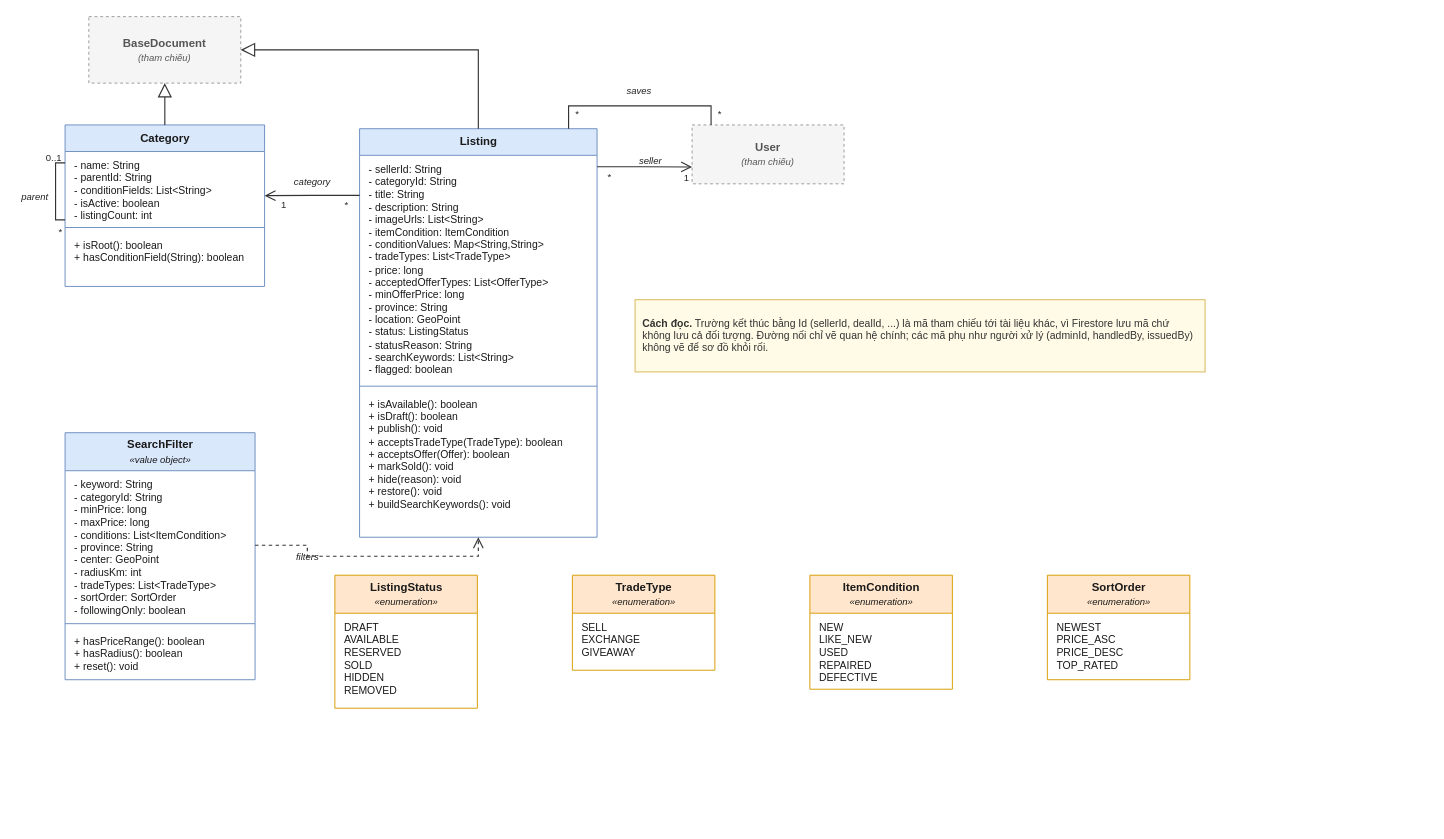
tahpnart8/NHOM3-MobileApp keeps this draw.io diagram as page "2. Tin đăng, tìm kiếm" (3 of 8) of workflow/docs/diagrams/so-do-lop/class-diagram.drawio. Above is the earlier version. Source tidied: cells renumbered, new cells numbered last; positions are measured from the earlier drawing's top-left corner, leaving out a move shared by most shapes. Both pictures are drawn from the tidied source at 95%, with x=0, y=0 at pixel (16, 16).
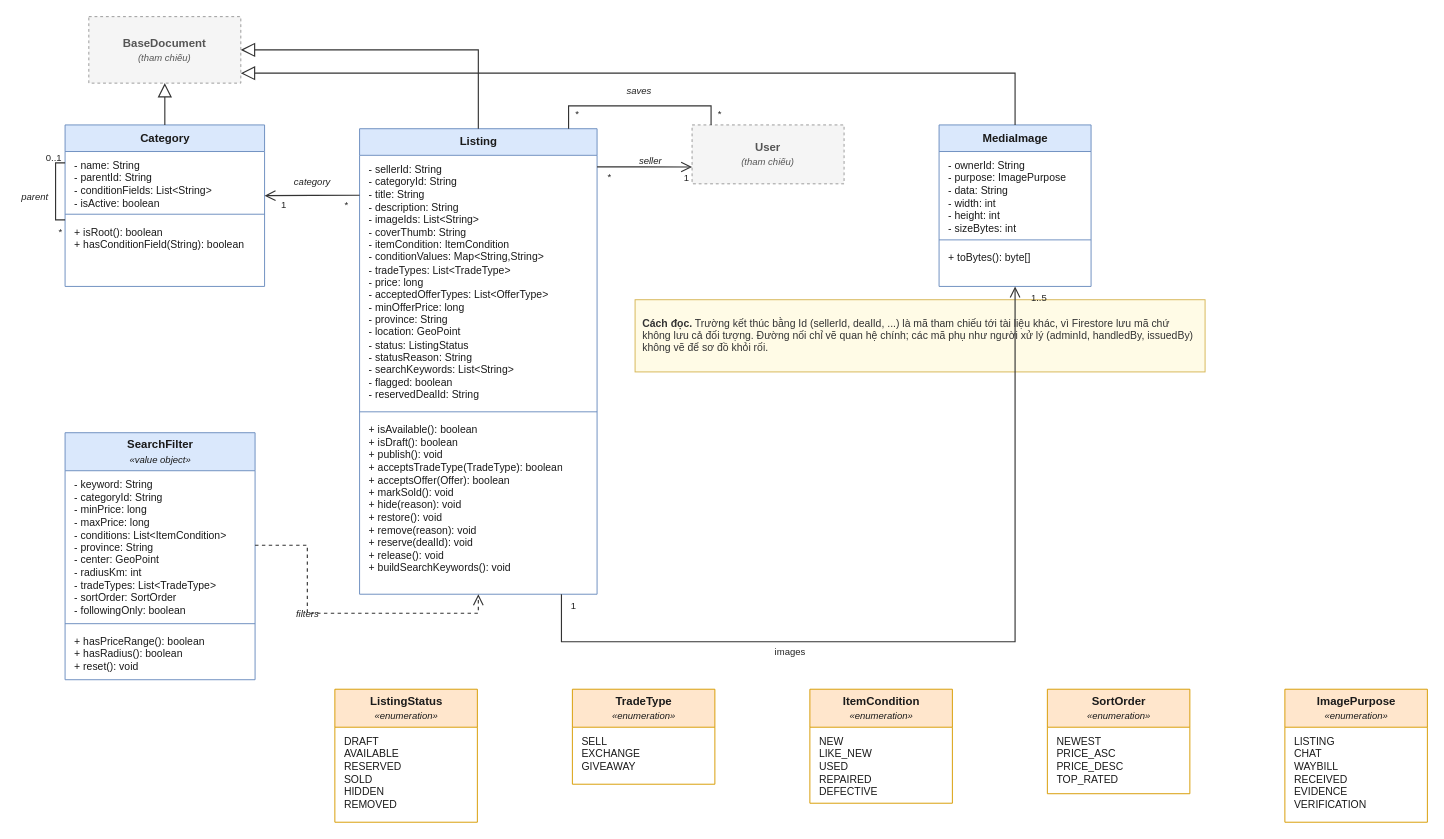
The same diagram, later.

Unchanged cells that the change refers to:
```xml
<mxCell id="2" value="&lt;b&gt;BaseDocument&lt;/b&gt;&lt;br&gt;&lt;i style=&quot;font-size:10px&quot;&gt;(tham chiếu)&lt;/i&gt;" style="rounded=0;whiteSpace=wrap;html=1;fillColor=#F5F5F5;strokeColor=#999999;dashed=1;fontColor=#555555;fontSize=12;fontFamily=Helvetica;" parent="1" vertex="1">
  <mxGeometry x="76" width="160" height="70" as="geometry" />
</mxCell>
<mxCell id="3" value="&lt;b&gt;Category&lt;/b&gt;" style="swimlane;fontStyle=0;horizontal=1;startSize=28;fillColor=#DAE8FC;strokeColor=#6C8EBF;swimlaneFillColor=#FFFFFF;html=1;whiteSpace=nowrap;fontSize=12;fontFamily=Helvetica;fontColor=#1A1A1A;" parent="1" vertex="1">
  <mxGeometry x="51" y="114" width="210" height="170" as="geometry" />
</mxCell>
<mxCell id="5" value="&lt;b&gt;User&lt;/b&gt;&lt;br&gt;&lt;i style=&quot;font-size:10px&quot;&gt;(tham chiếu)&lt;/i&gt;" style="rounded=0;whiteSpace=wrap;html=1;fillColor=#F5F5F5;strokeColor=#999999;dashed=1;fontColor=#555555;fontSize=12;fontFamily=Helvetica;" parent="1" vertex="1">
  <mxGeometry x="711" y="114" width="160" height="62" as="geometry" />
</mxCell>
```

Diff of the diagram source:
```diff
@@
     <mxCell id="4" value="&lt;b&gt;Listing&lt;/b&gt;" style="swimlane;fontStyle=0;horizontal=1;startSize=28;fillColor=#DAE8FC;strokeColor=#6C8EBF;swimlaneFillColor=#FFFFFF;html=1;whiteSpace=nowrap;fontSize=12;fontFamily=Helvetica;fontColor=#1A1A1A;" parent="1" vertex="1">
-      <mxGeometry x="361" y="118" width="250" height="430" as="geometry" />
+      <mxGeometry x="361" y="118" width="250" height="490" as="geometry" />
     </mxCell>
@@
     <mxCell id="10" value="&lt;b&gt;ListingStatus&lt;/b&gt;&lt;br&gt;&lt;i style=&quot;font-size:10px&quot;&gt;«enumeration»&lt;/i&gt;" style="swimlane;fontStyle=0;horizontal=1;startSize=40;fillColor=#FFE6CC;strokeColor=#D79B00;swimlaneFillColor=#FFFFFF;html=1;whiteSpace=nowrap;fontSize=12;fontFamily=Helvetica;fontColor=#1A1A1A;" parent="1" vertex="1">
-      <mxGeometry x="335" y="588" width="150" height="140" as="geometry" />
+      <mxGeometry x="335" y="708" width="150" height="140" as="geometry" />
     </mxCell>
     <mxCell id="11" value="&lt;b&gt;TradeType&lt;/b&gt;&lt;br&gt;&lt;i style=&quot;font-size:10px&quot;&gt;«enumeration»&lt;/i&gt;" style="swimlane;fontStyle=0;horizontal=1;startSize=40;fillColor=#FFE6CC;strokeColor=#D79B00;swimlaneFillColor=#FFFFFF;html=1;whiteSpace=nowrap;fontSize=12;fontFamily=Helvetica;fontColor=#1A1A1A;" parent="1" vertex="1">
-      <mxGeometry x="585" y="588" width="150" height="100" as="geometry" />
+      <mxGeometry x="585" y="708" width="150" height="100" as="geometry" />
     </mxCell>
@@
     <mxCell id="13" value="&lt;b&gt;ItemCondition&lt;/b&gt;&lt;br&gt;&lt;i style=&quot;font-size:10px&quot;&gt;«enumeration»&lt;/i&gt;" style="swimlane;fontStyle=0;horizontal=1;startSize=40;fillColor=#FFE6CC;strokeColor=#D79B00;swimlaneFillColor=#FFFFFF;html=1;whiteSpace=nowrap;fontSize=12;fontFamily=Helvetica;fontColor=#1A1A1A;" parent="1" vertex="1">
-      <mxGeometry x="835" y="588" width="150" height="120" as="geometry" />
+      <mxGeometry x="835" y="708" width="150" height="120" as="geometry" />
     </mxCell>
     <mxCell id="14" value="&lt;b&gt;SortOrder&lt;/b&gt;&lt;br&gt;&lt;i style=&quot;font-size:10px&quot;&gt;«enumeration»&lt;/i&gt;" style="swimlane;fontStyle=0;horizontal=1;startSize=40;fillColor=#FFE6CC;strokeColor=#D79B00;swimlaneFillColor=#FFFFFF;html=1;whiteSpace=nowrap;fontSize=12;fontFamily=Helvetica;fontColor=#1A1A1A;" parent="1" vertex="1">
-      <mxGeometry x="1085" y="588" width="150" height="110" as="geometry" />
+      <mxGeometry x="1085" y="708" width="150" height="110" as="geometry" />
     </mxCell>
@@
-    <mxCell id="20" style="html=1;rounded=0;edgeStyle=orthogonalEdgeStyle;jettySize=auto;exitX=0.0;exitY=0.163;exitDx=0;exitDy=0;entryDx=0;entryDy=0;strokeColor=#333333;strokeWidth=1.2;endArrow=open;endFill=0;endSize=9;startArrow=none;entryX=1.000;entryY=0.438;" parent="1" edge="1" source="4" target="3">
+    <mxCell id="20" style="html=1;rounded=0;edgeStyle=orthogonalEdgeStyle;jettySize=auto;exitX=0.0;exitY=0.143;exitDx=0;exitDy=0;entryDx=0;entryDy=0;strokeColor=#333333;strokeWidth=1.2;endArrow=open;endFill=0;endSize=9;startArrow=none;entryX=1.000;entryY=0.438;" parent="1" edge="1" source="4" target="3">
       <mxGeometry relative="1" as="geometry" />
     </mxCell>
-    <mxCell id="21" style="html=1;rounded=0;edgeStyle=orthogonalEdgeStyle;jettySize=auto;exitX=1.0;exitY=0.093;exitDx=0;exitDy=0;entryX=0.0;entryY=0.7143;entryDx=0;entryDy=0;strokeColor=#333333;strokeWidth=1.2;endArrow=open;endFill=0;endSize=9;startArrow=none;" parent="1" edge="1" source="4" target="5">
+    <mxCell id="21" style="html=1;rounded=0;edgeStyle=orthogonalEdgeStyle;jettySize=auto;exitX=1.0;exitY=0.082;exitDx=0;exitDy=0;entryX=0.0;entryY=0.7143;entryDx=0;entryDy=0;strokeColor=#333333;strokeWidth=1.2;endArrow=open;endFill=0;endSize=9;startArrow=none;" parent="1" edge="1" source="4" target="5">
       <mxGeometry relative="1" as="geometry" />
     </mxCell>
@@
     <mxCell id="36" value="filters" style="text;html=1;strokeColor=none;fillColor=none;align=center;verticalAlign=middle;whiteSpace=nowrap;fontSize=10;fontFamily=Helvetica;fontColor=#222222;fontStyle=2;" parent="1" vertex="1">
-      <mxGeometry x="290" y="560" width="31" height="16" as="geometry" />
+      <mxGeometry x="290" y="620" width="31" height="16" as="geometry" />
     </mxCell>
+    <mxCell id="43" value="NEW&lt;br&gt;LIKE_NEW&lt;br&gt;USED&lt;br&gt;REPAIRED&lt;br&gt;DEFECTIVE" style="text;strokeColor=none;fillColor=none;align=left;verticalAlign=top;spacingLeft=8;spacingRight=4;spacingTop=2;overflow=hidden;html=1;whiteSpace=nowrap;fontSize=11;fontFamily=Helvetica;fontColor=#1A1A1A;" parent="13" vertex="1">
+      <mxGeometry y="40" width="150" height="76" as="geometry" />
+    </mxCell>
+    <mxCell id="44" value="DRAFT&lt;br&gt;AVAILABLE&lt;br&gt;RESERVED&lt;br&gt;SOLD&lt;br&gt;HIDDEN&lt;br&gt;REMOVED" style="text;strokeColor=none;fillColor=none;align=left;verticalAlign=top;spacingLeft=8;spacingRight=4;spacingTop=2;overflow=hidden;html=1;whiteSpace=nowrap;fontSize=11;fontFamily=Helvetica;fontColor=#1A1A1A;" parent="10" vertex="1">
+      <mxGeometry y="40" width="150" height="89" as="geometry" />
+    </mxCell>
-    <mxCell id="37" value="- name: String&lt;br&gt;- parentId: String&lt;br&gt;- conditionFields: List&amp;lt;String&amp;gt;&lt;br&gt;- isActive: boolean&lt;br&gt;- listingCount: int" style="text;strokeColor=none;fillColor=none;align=left;verticalAlign=top;spacingLeft=8;spacingRight=4;spacingTop=2;overflow=hidden;html=1;whiteSpace=nowrap;fontSize=11;fontFamily=Helvetica;fontColor=#1A1A1A;" parent="3" vertex="1">
-      <mxGeometry y="28" width="210" height="76" as="geometry" />
+    <mxCell id="37" value="- name: String&lt;br&gt;- parentId: String&lt;br&gt;- conditionFields: List&amp;lt;String&amp;gt;&lt;br&gt;- isActive: boolean" style="text;strokeColor=none;fillColor=none;align=left;verticalAlign=top;spacingLeft=8;spacingRight=4;spacingTop=2;overflow=hidden;html=1;whiteSpace=nowrap;fontSize=11;fontFamily=Helvetica;fontColor=#1A1A1A;" parent="3" vertex="1">
+      <mxGeometry y="28" width="210" height="62" as="geometry" />
     </mxCell>
     <mxCell id="38" style="line;strokeWidth=1;fillColor=none;align=left;verticalAlign=middle;html=1;strokeColor=#6C8EBF;" parent="3" vertex="1">
-      <mxGeometry y="104" width="210" height="8" as="geometry" />
+      <mxGeometry y="90" width="210" height="8" as="geometry" />
     </mxCell>
     <mxCell id="39" value="+ isRoot(): boolean&lt;br&gt;+ hasConditionField(String): boolean" style="text;strokeColor=none;fillColor=none;align=left;verticalAlign=top;spacingLeft=8;spacingRight=4;spacingTop=2;overflow=hidden;html=1;whiteSpace=nowrap;fontSize=11;fontFamily=Helvetica;fontColor=#1A1A1A;" parent="3" vertex="1">
-      <mxGeometry y="112" width="210" height="35" as="geometry" />
+      <mxGeometry y="98" width="210" height="35" as="geometry" />
     </mxCell>
+    <mxCell id="45" value="&lt;b&gt;MediaImage&lt;/b&gt;" style="swimlane;fontStyle=0;horizontal=1;startSize=28;fillColor=#DAE8FC;strokeColor=#6C8EBF;swimlaneFillColor=#FFFFFF;html=1;whiteSpace=nowrap;fontSize=12;fontFamily=Helvetica;fontColor=#1A1A1A;" parent="1" vertex="1">
+      <mxGeometry x="971" y="114" width="160" height="170" as="geometry" />
+    </mxCell>
+    <mxCell id="46" value="- ownerId: String&lt;br&gt;- purpose: ImagePurpose&lt;br&gt;- data: String&lt;br&gt;- width: int&lt;br&gt;- height: int&lt;br&gt;- sizeBytes: int" style="text;strokeColor=none;fillColor=none;align=left;verticalAlign=top;spacingLeft=8;spacingRight=4;spacingTop=2;overflow=hidden;html=1;whiteSpace=nowrap;fontSize=11;fontFamily=Helvetica;fontColor=#1A1A1A;" parent="45" vertex="1">
+      <mxGeometry y="28" width="160" height="89" as="geometry" />
+    </mxCell>
+    <mxCell id="47" style="line;strokeWidth=1;fillColor=none;align=left;verticalAlign=middle;html=1;strokeColor=#6C8EBF;" parent="45" vertex="1">
+      <mxGeometry y="117" width="160" height="8" as="geometry" />
+    </mxCell>
+    <mxCell id="48" value="+ toBytes(): byte[]" style="text;strokeColor=none;fillColor=none;align=left;verticalAlign=top;spacingLeft=8;spacingRight=4;spacingTop=2;overflow=hidden;html=1;whiteSpace=nowrap;fontSize=11;fontFamily=Helvetica;fontColor=#1A1A1A;" parent="45" vertex="1">
+      <mxGeometry y="125" width="160" height="21" as="geometry" />
+    </mxCell>
+    <mxCell id="49" value="&lt;b&gt;ImagePurpose&lt;/b&gt;&lt;br&gt;&lt;i style=&quot;font-size:10px&quot;&gt;«enumeration»&lt;/i&gt;" style="swimlane;fontStyle=0;horizontal=1;startSize=40;fillColor=#FFE6CC;strokeColor=#D79B00;swimlaneFillColor=#FFFFFF;html=1;whiteSpace=nowrap;fontSize=12;fontFamily=Helvetica;fontColor=#1A1A1A;" parent="1" vertex="1">
+      <mxGeometry x="1335" y="708" width="150" height="140" as="geometry" />
+    </mxCell>
+    <mxCell id="50" style="html=1;rounded=0;edgeStyle=orthogonalEdgeStyle;jettySize=auto;strokeColor=#333333;strokeWidth=1.2;endArrow=block;endFill=0;endSize=12;startArrow=none;exitX=0.5;exitY=0;exitDx=0;exitDy=0;entryX=1;entryY=0.85;entryDx=0;entryDy=0;" parent="1" edge="1" source="45" target="2">
+      <mxGeometry relative="1" as="geometry">
+        <Array as="points">
+          <mxPoint x="1051" y="59" />
+        </Array>
+      </mxGeometry>
+    </mxCell>
+    <mxCell id="51" style="html=1;rounded=0;edgeStyle=orthogonalEdgeStyle;jettySize=auto;strokeColor=#333333;strokeWidth=1.2;endArrow=open;endFill=0;endSize=9;startArrow=none;exitX=0.85;exitY=1;exitDx=0;exitDy=0;entryX=0.5;entryY=1;entryDx=0;entryDy=0;" parent="1" edge="1" source="4" target="45">
+      <mxGeometry relative="1" as="geometry">
+        <Array as="points">
+          <mxPoint x="573" y="658" />
+          <mxPoint x="1051" y="658" />
+        </Array>
+      </mxGeometry>
+    </mxCell>
+    <mxCell id="52" value="1" style="text;html=1;strokeColor=none;fillColor=none;align=center;verticalAlign=middle;whiteSpace=nowrap;fontSize=10;fontFamily=Helvetica;fontColor=#222222;" parent="1" vertex="1">
+      <mxGeometry x="579" y="612" width="14" height="16" as="geometry" />
+    </mxCell>
+    <mxCell id="53" value="1..5" style="text;html=1;strokeColor=none;fillColor=none;align=center;verticalAlign=middle;whiteSpace=nowrap;fontSize=10;fontFamily=Helvetica;fontColor=#222222;" parent="1" vertex="1">
+      <mxGeometry x="1057" y="288" width="38" height="16" as="geometry" />
+    </mxCell>
+    <mxCell id="54" value="images" style="text;html=1;strokeColor=none;fillColor=none;align=center;verticalAlign=middle;whiteSpace=nowrap;fontSize=10;fontFamily=Helvetica;fontColor=#222222;" parent="1" vertex="1">
+      <mxGeometry x="787" y="660" width="54" height="16" as="geometry" />
+    </mxCell>
+    <mxCell id="55" value="LISTING&lt;br&gt;CHAT&lt;br&gt;WAYBILL&lt;br&gt;RECEIVED&lt;br&gt;EVIDENCE&lt;br&gt;VERIFICATION" style="text;strokeColor=none;fillColor=none;align=left;verticalAlign=top;spacingLeft=8;spacingRight=4;spacingTop=2;overflow=hidden;html=1;whiteSpace=nowrap;fontSize=11;fontFamily=Helvetica;fontColor=#1A1A1A;" parent="49" vertex="1">
+      <mxGeometry y="40" width="150" height="89" as="geometry" />
+    </mxCell>
-    <mxCell id="40" value="- sellerId: String&lt;br&gt;- categoryId: String&lt;br&gt;- title: String&lt;br&gt;- description: String&lt;br&gt;- imageUrls: List&amp;lt;String&amp;gt;&lt;br&gt;- itemCondition: ItemCondition&lt;br&gt;- conditionValues: Map&amp;lt;String,String&amp;gt;&lt;br&gt;- tradeTypes: List&amp;lt;TradeType&amp;gt;&lt;br&gt;- price: long&lt;br&gt;- acceptedOfferTypes: List&amp;lt;OfferType&amp;gt;&lt;br&gt;- minOfferPrice: long&lt;br&gt;- province: String&lt;br&gt;- location: GeoPoint&lt;br&gt;- status: ListingStatus&lt;br&gt;- statusReason: String&lt;br&gt;- searchKeywords: List&amp;lt;String&amp;gt;&lt;br&gt;- flagged: boolean" style="text;strokeColor=none;fillColor=none;align=left;verticalAlign=top;spacingLeft=8;spacingRight=4;spacingTop=2;overflow=hidden;html=1;whiteSpace=nowrap;fontSize=11;fontFamily=Helvetica;fontColor=#1A1A1A;" parent="4" vertex="1">
-      <mxGeometry y="28" width="250" height="239" as="geometry" />
+    <mxCell id="40" value="- sellerId: String&lt;br&gt;- categoryId: String&lt;br&gt;- title: String&lt;br&gt;- description: String&lt;br&gt;- imageIds: List&amp;lt;String&amp;gt;&lt;br&gt;- coverThumb: String&lt;br&gt;- itemCondition: ItemCondition&lt;br&gt;- conditionValues: Map&amp;lt;String,String&amp;gt;&lt;br&gt;- tradeTypes: List&amp;lt;TradeType&amp;gt;&lt;br&gt;- price: long&lt;br&gt;- acceptedOfferTypes: List&amp;lt;OfferType&amp;gt;&lt;br&gt;- minOfferPrice: long&lt;br&gt;- province: String&lt;br&gt;- location: GeoPoint&lt;br&gt;- status: ListingStatus&lt;br&gt;- statusReason: String&lt;br&gt;- searchKeywords: List&amp;lt;String&amp;gt;&lt;br&gt;- flagged: boolean&lt;br&gt;- reservedDealId: String" style="text;strokeColor=none;fillColor=none;align=left;verticalAlign=top;spacingLeft=8;spacingRight=4;spacingTop=2;overflow=hidden;html=1;whiteSpace=nowrap;fontSize=11;fontFamily=Helvetica;fontColor=#1A1A1A;" parent="4" vertex="1">
+      <mxGeometry y="28" width="250" height="266" as="geometry" />
     </mxCell>
     <mxCell id="41" style="line;strokeWidth=1;fillColor=none;align=left;verticalAlign=middle;html=1;strokeColor=#6C8EBF;" parent="4" vertex="1">
-      <mxGeometry y="267" width="250" height="8" as="geometry" />
+      <mxGeometry y="294" width="250" height="8" as="geometry" />
     </mxCell>
-    <mxCell id="42" value="+ isAvailable(): boolean&lt;br&gt;+ isDraft(): boolean&lt;br&gt;+ publish(): void&lt;br&gt;+ acceptsTradeType(TradeType): boolean&lt;br&gt;+ acceptsOffer(Offer): boolean&lt;br&gt;+ markSold(): void&lt;br&gt;+ hide(reason): void&lt;br&gt;+ restore(): void&lt;br&gt;+ buildSearchKeywords(): void" style="text;strokeColor=none;fillColor=none;align=left;verticalAlign=top;spacingLeft=8;spacingRight=4;spacingTop=2;overflow=hidden;html=1;whiteSpace=nowrap;fontSize=11;fontFamily=Helvetica;fontColor=#1A1A1A;" parent="4" vertex="1">
-      <mxGeometry y="275" width="250" height="130" as="geometry" />
+    <mxCell id="42" value="+ isAvailable(): boolean&lt;br&gt;+ isDraft(): boolean&lt;br&gt;+ publish(): void&lt;br&gt;+ acceptsTradeType(TradeType): boolean&lt;br&gt;+ acceptsOffer(Offer): boolean&lt;br&gt;+ markSold(): void&lt;br&gt;+ hide(reason): void&lt;br&gt;+ restore(): void&lt;br&gt;+ remove(reason): void&lt;br&gt;+ reserve(dealId): void&lt;br&gt;+ release(): void&lt;br&gt;+ buildSearchKeywords(): void" style="text;strokeColor=none;fillColor=none;align=left;verticalAlign=top;spacingLeft=8;spacingRight=4;spacingTop=2;overflow=hidden;html=1;whiteSpace=nowrap;fontSize=11;fontFamily=Helvetica;fontColor=#1A1A1A;" parent="4" vertex="1">
+      <mxGeometry y="302" width="250" height="171" as="geometry" />
     </mxCell>
-    <mxCell id="43" value="NEW&lt;br&gt;LIKE_NEW&lt;br&gt;USED&lt;br&gt;REPAIRED&lt;br&gt;DEFECTIVE" style="text;strokeColor=none;fillColor=none;align=left;verticalAlign=top;spacingLeft=8;spacingRight=4;spacingTop=2;overflow=hidden;html=1;whiteSpace=nowrap;fontSize=11;fontFamily=Helvetica;fontColor=#1A1A1A;" parent="13" vertex="1">
-      <mxGeometry y="40" width="150" height="76" as="geometry" />
-    </mxCell>
-    <mxCell id="44" value="DRAFT&lt;br&gt;AVAILABLE&lt;br&gt;RESERVED&lt;br&gt;SOLD&lt;br&gt;HIDDEN&lt;br&gt;REMOVED" style="text;strokeColor=none;fillColor=none;align=left;verticalAlign=top;spacingLeft=8;spacingRight=4;spacingTop=2;overflow=hidden;html=1;whiteSpace=nowrap;fontSize=11;fontFamily=Helvetica;fontColor=#1A1A1A;" parent="10" vertex="1">
-      <mxGeometry y="40" width="150" height="89" as="geometry" />
-    </mxCell>
```
